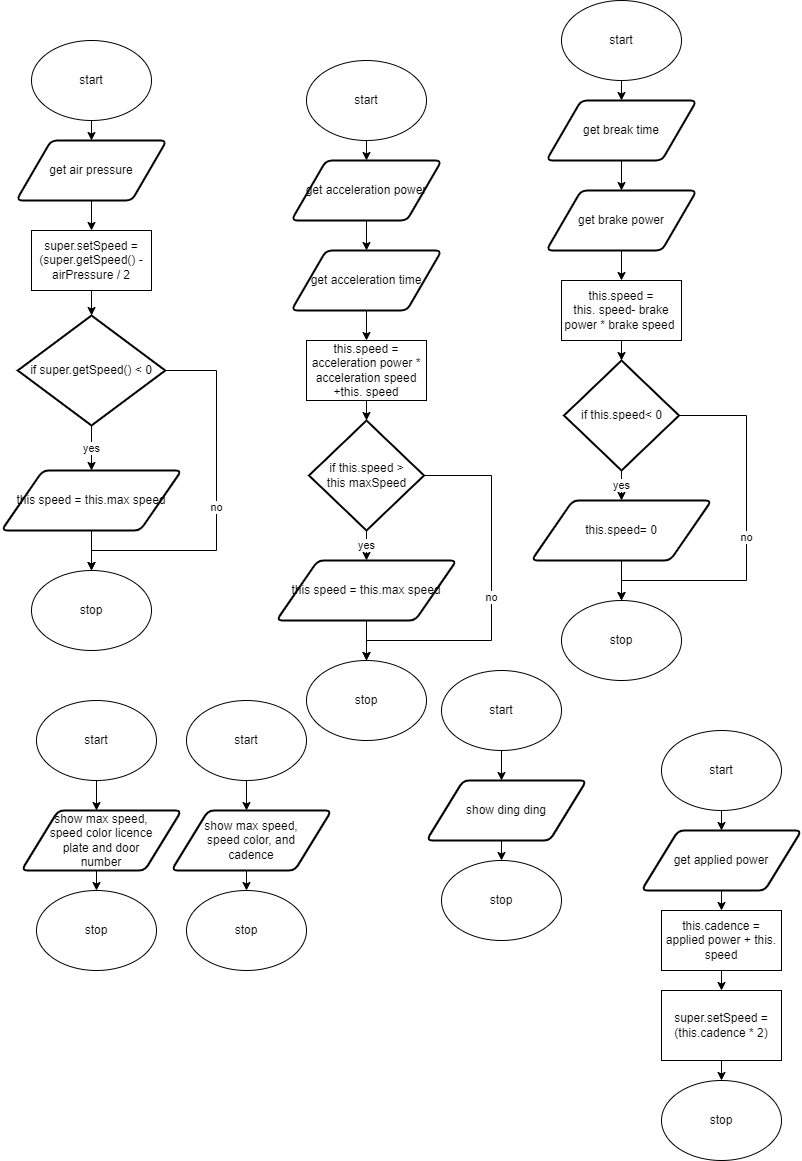
This is flow.png from devin-jhu/ics4u-unit2-09-typescript, a draw.io export, as it was before one commit. Source tidied: cells renumbered, new cells last; positions are measured from the earlier drawing's top-left corner, leaving out a move shared by most shapes.
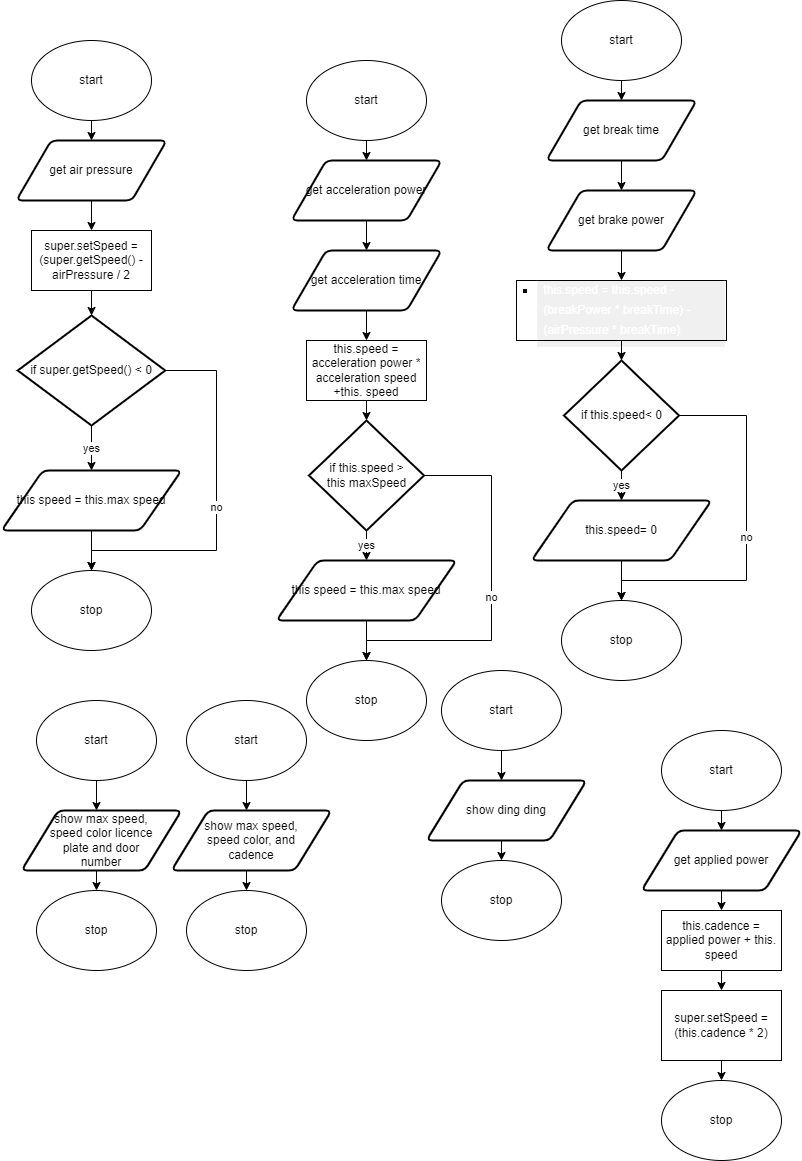
The same file after the commit.

Change to the diagram source:
```diff
@@ -68,8 +68,8 @@
     <mxCell id="21" style="edgeStyle=orthogonalEdgeStyle;shape=connector;rounded=0;html=1;exitX=0.5;exitY=1;exitDx=0;exitDy=0;labelBackgroundColor=default;fontFamily=Helvetica;fontSize=11;fontColor=default;endArrow=classic;strokeColor=default;" parent="1" edge="1" source="22" target="25">
       <mxGeometry relative="1" as="geometry" />
     </mxCell>
-    <mxCell id="22" value="this.speed =&lt;br&gt;this. speed- brake power * brake speed&amp;nbsp;" style="rounded=0;whiteSpace=wrap;html=1;" parent="1" vertex="1">
-      <mxGeometry x="560" y="280" width="120" height="60" as="geometry" />
+    <mxCell id="22" value="&lt;ul class=&quot;n8H08c UVNKR&quot; style=&quot;list-style-type: square ; box-sizing: border-box ; padding: 0px ; margin: 6px 0px 0px ; text-align: left&quot;&gt;&lt;li dir=&quot;ltr&quot; class=&quot;TYR86d zfr3Q&quot; style=&quot;box-sizing: border-box ; margin: 6px 0px 0px 15pt ; outline: none ; position: relative ; text-decoration: inherit ; font-style: inherit ; line-height: 0 ; padding-bottom: 0px&quot;&gt;&lt;p dir=&quot;ltr&quot; class=&quot;CDt4Ke zfr3Q&quot; style=&quot;box-sizing: border-box ; margin: 0px ; outline: none ; position: relative ; text-decoration: inherit ; font-style: inherit ; line-height: 1.6667 ; padding: 0px 4pt 4pt ; background-color: rgba(0 , 0 , 0 , 0.06) ; border-bottom: 0.75pt solid rgba(255 , 255 , 255 , 0.12) ; border-left: 0.75pt solid rgba(255 , 255 , 255 , 0.12) ; border-right: 0.75pt solid rgba(255 , 255 , 255 , 0.12) ; border-top: none&quot;&gt;&lt;font style=&quot;font-size: 12px&quot; color=&quot;#ffffff&quot;&gt;&lt;span style=&quot;box-sizing: border-box&quot;&gt;this.speed = this.speed - (breakPower * breakTime) - (airPressure * &lt;/span&gt;&lt;span style=&quot;box-sizing: border-box&quot;&gt;breakTime)&lt;/span&gt;&lt;/font&gt;&lt;/p&gt;&lt;/li&gt;&lt;/ul&gt;" style="rounded=0;whiteSpace=wrap;html=1;" parent="1" vertex="1">
+      <mxGeometry x="515" y="280" width="210" height="60" as="geometry" />
     </mxCell>
     <mxCell id="23" value="yes" style="edgeStyle=orthogonalEdgeStyle;shape=connector;rounded=0;html=1;exitX=0.5;exitY=1;exitDx=0;exitDy=0;exitPerimeter=0;entryX=0.5;entryY=0;entryDx=0;entryDy=0;labelBackgroundColor=default;fontFamily=Helvetica;fontSize=11;fontColor=default;endArrow=classic;strokeColor=default;" parent="1" edge="1" source="25" target="29">
       <mxGeometry relative="1" as="geometry" />
```
